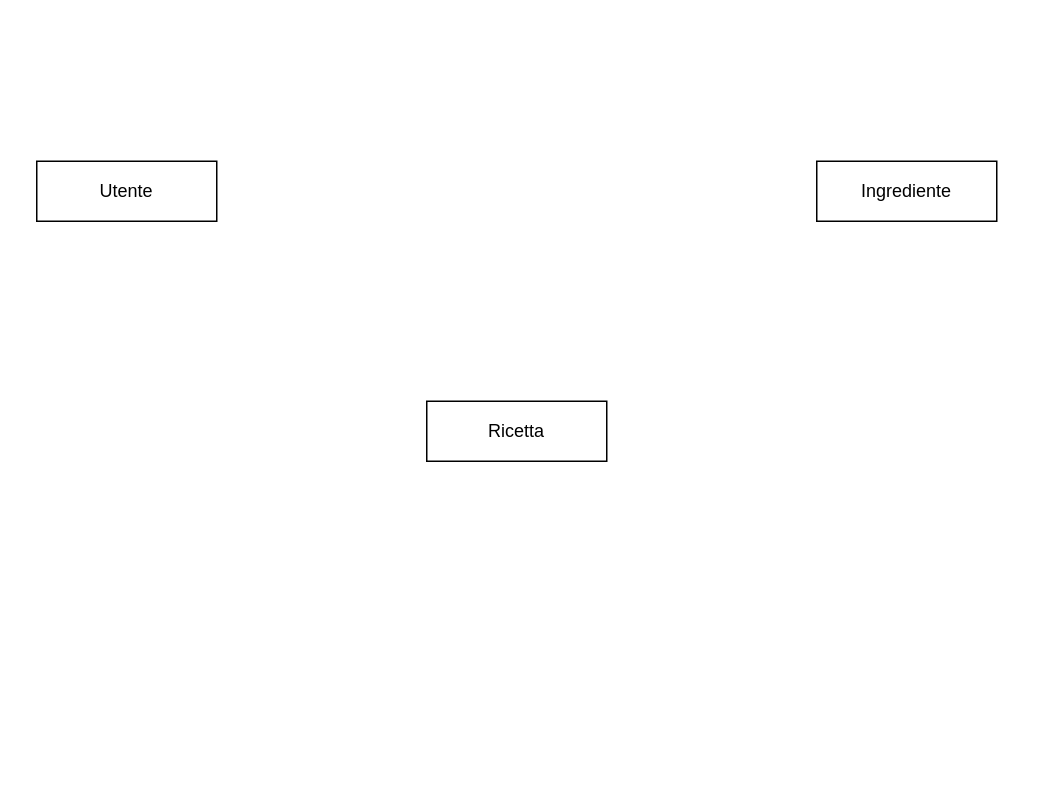
Above: 01_Data.drawio in Mirko-1012/DataManagement (draw.io), before the change. Source tidied: cells renumbered, new cells numbered last; positions are measured from the earlier drawing's top-left corner, leaving out a move shared by most shapes. Both pictures are drawn from the tidied source at 150%, with x=0, y=0 at pixel (36, 160).
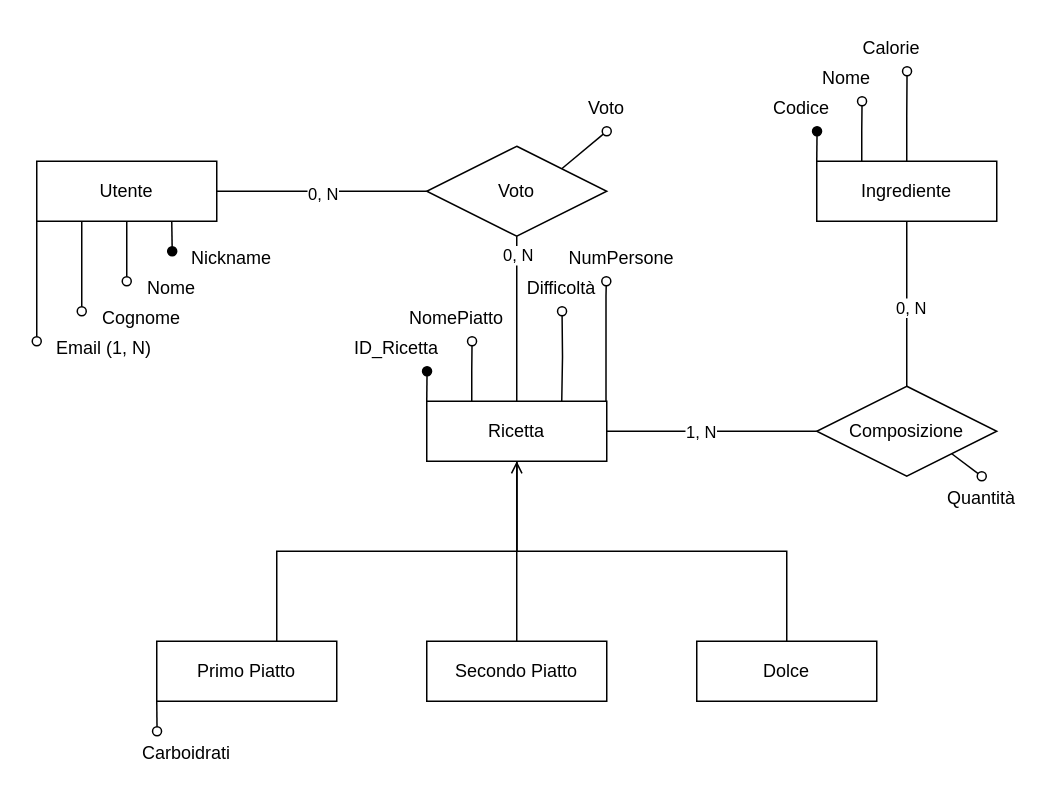
After the change.

The change refers to these unchanged cells:
```xml
<mxCell id="2" value="Utente" style="whiteSpace=wrap;html=1;align=center;" parent="1" vertex="1">
  <mxGeometry width="120" height="40" as="geometry" />
</mxCell>
<mxCell id="3" value="&lt;div&gt;Ingrediente&lt;/div&gt;" style="whiteSpace=wrap;html=1;align=center;" parent="1" vertex="1">
  <mxGeometry x="520" width="120" height="40" as="geometry" />
</mxCell>
<mxCell id="4" value="&lt;div&gt;Ricetta&lt;/div&gt;" style="whiteSpace=wrap;html=1;align=center;" parent="1" vertex="1">
  <mxGeometry x="260" y="160" width="120" height="40" as="geometry" />
</mxCell>
```

The edit, as a diff of the source:
```diff
@@
+    <mxCell id="5" style="edgeStyle=orthogonalEdgeStyle;rounded=0;jettySize=auto;html=1;exitX=0;exitY=1;exitDx=0;exitDy=0;endArrow=oval;endFill=0;" parent="1" edge="1" source="2">
+      <mxGeometry relative="1" as="geometry">
+        <mxPoint y="120" as="targetPoint" />
+      </mxGeometry>
+    </mxCell>
+    <mxCell id="6" style="edgeStyle=orthogonalEdgeStyle;rounded=0;jettySize=auto;html=1;exitX=0.25;exitY=1;exitDx=0;exitDy=0;endArrow=oval;endFill=0;" parent="1" edge="1" source="2">
+      <mxGeometry relative="1" as="geometry">
+        <mxPoint x="30" y="100" as="targetPoint" />
+      </mxGeometry>
+    </mxCell>
+    <mxCell id="7" style="edgeStyle=orthogonalEdgeStyle;rounded=0;jettySize=auto;html=1;exitX=0.5;exitY=1;exitDx=0;exitDy=0;endArrow=oval;endFill=0;" parent="1" edge="1" source="2">
+      <mxGeometry relative="1" as="geometry">
+        <mxPoint x="60" y="80" as="targetPoint" />
+      </mxGeometry>
+    </mxCell>
+    <mxCell id="8" style="edgeStyle=orthogonalEdgeStyle;rounded=0;jettySize=auto;html=1;exitX=0.75;exitY=1;exitDx=0;exitDy=0;endArrow=oval;endFill=1;" parent="1" edge="1" source="2">
+      <mxGeometry relative="1" as="geometry">
+        <mxPoint x="90.3" y="60" as="targetPoint" />
+      </mxGeometry>
+    </mxCell>
+    <mxCell id="9" style="edgeStyle=orthogonalEdgeStyle;rounded=0;jettySize=auto;html=1;entryX=0;entryY=0.5;entryDx=0;entryDy=0;endArrow=none;endFill=0;" parent="1" edge="1" source="2" target="26">
+      <mxGeometry relative="1" as="geometry" />
+    </mxCell>
+    <mxCell id="10" value="0, N" style="edgeLabel;html=1;align=center;verticalAlign=middle;" parent="9" vertex="1">
+      <mxGeometry y="-1" relative="1" as="geometry" />
+    </mxCell>
@@
+    <mxCell id="11" style="edgeStyle=orthogonalEdgeStyle;rounded=0;jettySize=auto;html=1;entryX=0.5;entryY=0;entryDx=0;entryDy=0;endArrow=none;endFill=0;" parent="1" edge="1" source="3" target="30">
+      <mxGeometry relative="1" as="geometry" />
+    </mxCell>
+    <mxCell id="12" value="0, N" style="edgeLabel;html=1;align=center;verticalAlign=middle;" parent="11" vertex="1">
+      <mxGeometry x="0.04" y="2" relative="1" as="geometry" />
+    </mxCell>
+    <mxCell id="13" style="edgeStyle=orthogonalEdgeStyle;rounded=0;jettySize=auto;html=1;exitX=0;exitY=0;exitDx=0;exitDy=0;endArrow=oval;endFill=1;" parent="1" edge="1" source="3">
+      <mxGeometry relative="1" as="geometry">
+        <mxPoint x="520.2" y="-20" as="targetPoint" />
+      </mxGeometry>
+    </mxCell>
+    <mxCell id="14" style="edgeStyle=orthogonalEdgeStyle;rounded=0;jettySize=auto;html=1;exitX=0.25;exitY=0;exitDx=0;exitDy=0;endArrow=oval;endFill=0;" parent="1" edge="1" source="3">
+      <mxGeometry relative="1" as="geometry">
+        <mxPoint x="550.2" y="-40" as="targetPoint" />
+      </mxGeometry>
+    </mxCell>
+    <mxCell id="15" style="edgeStyle=orthogonalEdgeStyle;rounded=0;jettySize=auto;html=1;exitX=0.5;exitY=0;exitDx=0;exitDy=0;endArrow=oval;endFill=0;" parent="1" edge="1" source="3">
+      <mxGeometry relative="1" as="geometry">
+        <mxPoint x="580.2" y="-60" as="targetPoint" />
+      </mxGeometry>
+    </mxCell>
@@
+    <mxCell id="16" style="edgeStyle=orthogonalEdgeStyle;rounded=0;jettySize=auto;html=1;exitX=0;exitY=0;exitDx=0;exitDy=0;endArrow=oval;endFill=1;" parent="1" edge="1" source="4">
+      <mxGeometry relative="1" as="geometry">
+        <mxPoint x="260.2" y="140" as="targetPoint" />
+      </mxGeometry>
+    </mxCell>
+    <mxCell id="17" style="edgeStyle=orthogonalEdgeStyle;rounded=0;jettySize=auto;html=1;exitX=0.25;exitY=0;exitDx=0;exitDy=0;endArrow=oval;endFill=0;" parent="1" edge="1" source="4">
+      <mxGeometry relative="1" as="geometry">
+        <mxPoint x="290.2" y="120" as="targetPoint" />
+      </mxGeometry>
+    </mxCell>
+    <mxCell id="18" style="edgeStyle=orthogonalEdgeStyle;rounded=0;orthogonalLoop=1;jettySize=auto;html=1;exitX=0.5;exitY=0;exitDx=0;exitDy=0;endArrow=oval;endFill=0;" parent="1" edge="1">
+      <mxGeometry relative="1" as="geometry">
+        <mxPoint x="350" y="160" as="sourcePoint" />
+        <mxPoint x="350.2" y="100" as="targetPoint" />
+      </mxGeometry>
+    </mxCell>
@@
+    <mxCell id="19" value="Nickname" style="text;html=1;whiteSpace=wrap;strokeColor=none;fillColor=none;align=center;verticalAlign=middle;rounded=0;" parent="1" vertex="1">
+      <mxGeometry x="100" y="50" width="60" height="30" as="geometry" />
+    </mxCell>
+    <mxCell id="20" value="Nome" style="text;html=1;whiteSpace=wrap;strokeColor=none;fillColor=none;align=center;verticalAlign=middle;rounded=0;" parent="1" vertex="1">
+      <mxGeometry x="60" y="70" width="60" height="30" as="geometry" />
+    </mxCell>
+    <mxCell id="21" value="Cognome" style="text;html=1;whiteSpace=wrap;strokeColor=none;fillColor=none;align=center;verticalAlign=middle;rounded=0;" parent="1" vertex="1">
+      <mxGeometry x="40" y="90" width="60" height="30" as="geometry" />
+    </mxCell>
+    <mxCell id="22" value="Email (1, N)" style="text;html=1;whiteSpace=wrap;strokeColor=none;fillColor=none;align=center;verticalAlign=middle;rounded=0;" parent="1" vertex="1">
+      <mxGeometry x="10" y="110" width="70" height="30" as="geometry" />
+    </mxCell>
+    <mxCell id="23" style="edgeStyle=orthogonalEdgeStyle;rounded=0;jettySize=auto;html=1;entryX=0.5;entryY=0;entryDx=0;entryDy=0;endArrow=none;endFill=0;" parent="1" edge="1" source="26" target="4">
+      <mxGeometry relative="1" as="geometry" />
+    </mxCell>
+    <mxCell id="24" value="0, N" style="edgeLabel;html=1;align=center;verticalAlign=middle;" parent="23" vertex="1">
+      <mxGeometry x="-0.78" relative="1" as="geometry" />
+    </mxCell>
+    <mxCell id="25" style="rounded=0;jettySize=auto;html=1;exitX=1;exitY=0;exitDx=0;exitDy=0;entryX=0.5;entryY=1;entryDx=0;entryDy=0;endArrow=oval;endFill=0;" parent="1" edge="1" source="26" target="48">
+      <mxGeometry relative="1" as="geometry" />
+    </mxCell>
+    <mxCell id="26" value="Voto" style="shape=rhombus;perimeter=rhombusPerimeter;whiteSpace=wrap;html=1;align=center;" parent="1" vertex="1">
+      <mxGeometry x="260" y="-10" width="120" height="60" as="geometry" />
+    </mxCell>
+    <mxCell id="27" style="edgeStyle=orthogonalEdgeStyle;rounded=0;jettySize=auto;html=1;entryX=1;entryY=0.5;entryDx=0;entryDy=0;endArrow=none;endFill=0;" parent="1" edge="1" source="30" target="4">
+      <mxGeometry relative="1" as="geometry" />
+    </mxCell>
+    <mxCell id="28" value="1, N" style="edgeLabel;html=1;align=center;verticalAlign=middle;" parent="27" vertex="1">
+      <mxGeometry x="0.12" relative="1" as="geometry" />
+    </mxCell>
+    <mxCell id="29" style="rounded=0;jettySize=auto;html=1;exitX=1;exitY=1;exitDx=0;exitDy=0;entryX=0.5;entryY=0;entryDx=0;entryDy=0;endArrow=oval;endFill=0;" parent="1" edge="1" source="30" target="46">
+      <mxGeometry relative="1" as="geometry" />
+    </mxCell>
+    <mxCell id="30" value="Composizione" style="shape=rhombus;perimeter=rhombusPerimeter;whiteSpace=wrap;html=1;align=center;" parent="1" vertex="1">
+      <mxGeometry x="520" y="150" width="120" height="60" as="geometry" />
+    </mxCell>
+    <mxCell id="31" style="edgeStyle=orthogonalEdgeStyle;rounded=0;jettySize=auto;html=1;endArrow=none;endFill=0;" parent="1" edge="1" source="32">
+      <mxGeometry relative="1" as="geometry">
+        <mxPoint x="320" y="200" as="targetPoint" />
+        <Array as="points">
+          <mxPoint x="500" y="260" />
+          <mxPoint x="320" y="260" />
+        </Array>
+      </mxGeometry>
+    </mxCell>
+    <mxCell id="32" value="Dolce" style="whiteSpace=wrap;html=1;align=center;" parent="1" vertex="1">
+      <mxGeometry x="440" y="320" width="120" height="40" as="geometry" />
+    </mxCell>
+    <mxCell id="33" style="edgeStyle=orthogonalEdgeStyle;rounded=0;jettySize=auto;html=1;entryX=0.5;entryY=1;entryDx=0;entryDy=0;endArrow=open;endFill=0;" parent="1" edge="1" source="35" target="4">
+      <mxGeometry relative="1" as="geometry">
+        <Array as="points">
+          <mxPoint x="160" y="260" />
+          <mxPoint x="320" y="260" />
+        </Array>
+      </mxGeometry>
+    </mxCell>
+    <mxCell id="34" style="edgeStyle=orthogonalEdgeStyle;rounded=0;jettySize=auto;html=1;exitX=0;exitY=1;exitDx=0;exitDy=0;endArrow=oval;endFill=0;" parent="1" edge="1" source="35">
+      <mxGeometry relative="1" as="geometry">
+        <mxPoint x="80.2" y="380" as="targetPoint" />
+      </mxGeometry>
+    </mxCell>
+    <mxCell id="35" value="Primo Piatto" style="whiteSpace=wrap;html=1;align=center;" parent="1" vertex="1">
+      <mxGeometry x="80" y="320" width="120" height="40" as="geometry" />
+    </mxCell>
+    <mxCell id="36" style="edgeStyle=orthogonalEdgeStyle;rounded=0;jettySize=auto;html=1;endArrow=none;endFill=0;" parent="1" edge="1" source="37">
+      <mxGeometry relative="1" as="geometry">
+        <mxPoint x="320" y="200" as="targetPoint" />
+      </mxGeometry>
+    </mxCell>
+    <mxCell id="37" value="&lt;div&gt;Secondo Piatto&lt;/div&gt;" style="whiteSpace=wrap;html=1;align=center;" parent="1" vertex="1">
+      <mxGeometry x="260" y="320" width="120" height="40" as="geometry" />
+    </mxCell>
+    <mxCell id="38" value="Codice" style="text;html=1;whiteSpace=wrap;strokeColor=none;fillColor=none;align=center;verticalAlign=middle;rounded=0;" parent="1" vertex="1">
+      <mxGeometry x="480" y="-50" width="60" height="30" as="geometry" />
+    </mxCell>
+    <mxCell id="39" value="Nome" style="text;html=1;whiteSpace=wrap;strokeColor=none;fillColor=none;align=center;verticalAlign=middle;rounded=0;" parent="1" vertex="1">
+      <mxGeometry x="510" y="-70" width="60" height="30" as="geometry" />
+    </mxCell>
+    <mxCell id="40" value="Calorie" style="text;html=1;whiteSpace=wrap;strokeColor=none;fillColor=none;align=center;verticalAlign=middle;rounded=0;" parent="1" vertex="1">
+      <mxGeometry x="540" y="-90" width="60" height="30" as="geometry" />
+    </mxCell>
+    <mxCell id="41" value="Carboidrati" style="text;html=1;whiteSpace=wrap;strokeColor=none;fillColor=none;align=center;verticalAlign=middle;rounded=0;" parent="1" vertex="1">
+      <mxGeometry x="70" y="380" width="60" height="30" as="geometry" />
+    </mxCell>
+    <mxCell id="42" value="ID_Ricetta" style="text;html=1;whiteSpace=wrap;strokeColor=none;fillColor=none;align=center;verticalAlign=middle;rounded=0;" parent="1" vertex="1">
+      <mxGeometry x="210" y="110" width="60" height="30" as="geometry" />
+    </mxCell>
+    <mxCell id="43" value="NomePiatto" style="text;html=1;whiteSpace=wrap;strokeColor=none;fillColor=none;align=center;verticalAlign=middle;rounded=0;" parent="1" vertex="1">
+      <mxGeometry x="250" y="90" width="60" height="30" as="geometry" />
+    </mxCell>
+    <mxCell id="44" value="Difficoltà" style="text;html=1;whiteSpace=wrap;strokeColor=none;fillColor=none;align=center;verticalAlign=middle;rounded=0;" parent="1" vertex="1">
+      <mxGeometry x="320" y="70" width="60" height="30" as="geometry" />
+    </mxCell>
+    <mxCell id="45" value="NumPersone" style="text;html=1;whiteSpace=wrap;strokeColor=none;fillColor=none;align=center;verticalAlign=middle;rounded=0;" parent="1" vertex="1">
+      <mxGeometry x="360" y="50" width="60" height="30" as="geometry" />
+    </mxCell>
+    <mxCell id="46" value="Quantità" style="text;html=1;whiteSpace=wrap;strokeColor=none;fillColor=none;align=center;verticalAlign=middle;rounded=0;" parent="1" vertex="1">
+      <mxGeometry x="600" y="210" width="60" height="30" as="geometry" />
+    </mxCell>
+    <mxCell id="47" style="edgeStyle=orthogonalEdgeStyle;rounded=0;orthogonalLoop=1;jettySize=auto;html=1;exitX=0.75;exitY=0;exitDx=0;exitDy=0;endArrow=oval;endFill=0;" parent="1" edge="1">
+      <mxGeometry relative="1" as="geometry">
+        <mxPoint x="379.5" y="160" as="sourcePoint" />
+        <mxPoint x="379.7" y="80" as="targetPoint" />
+        <Array as="points">
+          <mxPoint x="379.5" y="90" />
+          <mxPoint x="379.5" y="90" />
+        </Array>
+      </mxGeometry>
+    </mxCell>
+    <mxCell id="48" value="Voto" style="text;html=1;whiteSpace=wrap;strokeColor=none;fillColor=none;align=center;verticalAlign=middle;rounded=0;" parent="1" vertex="1">
+      <mxGeometry x="350" y="-50" width="60" height="30" as="geometry" />
+    </mxCell>
```
